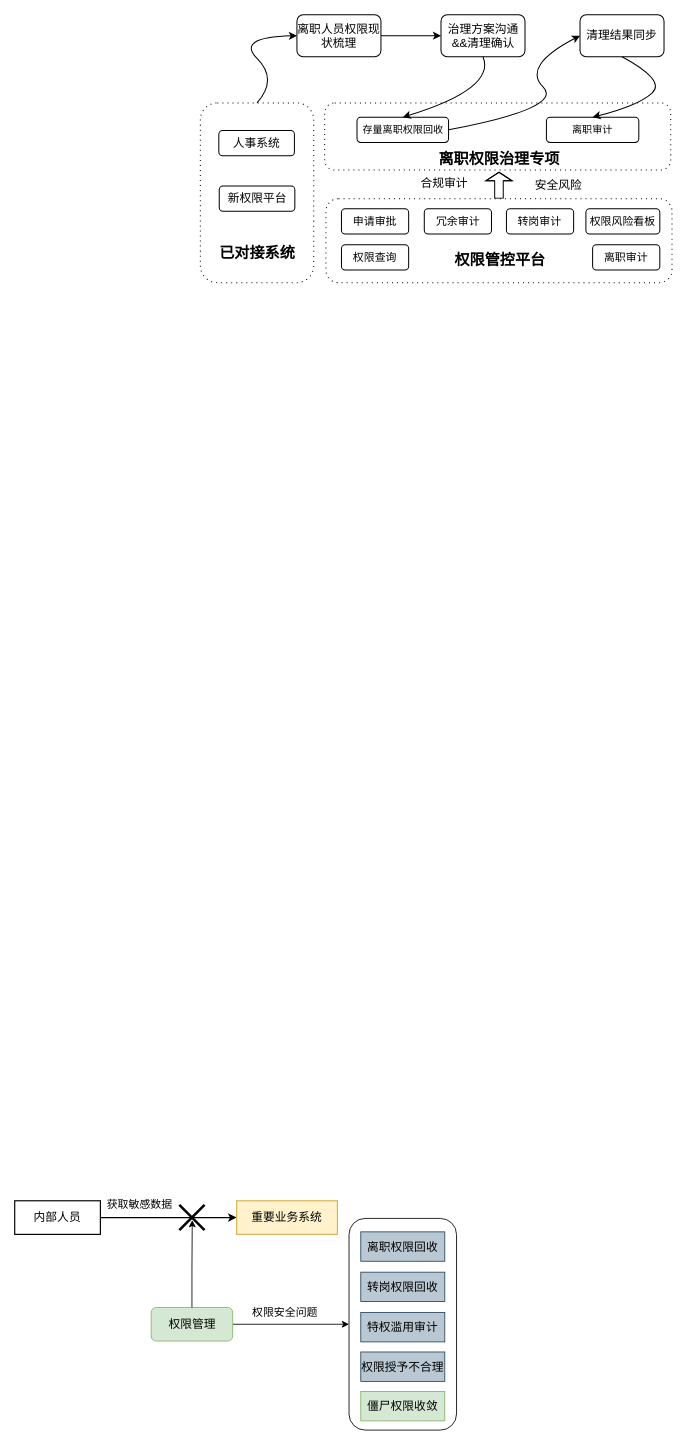
zpxiao-ios/hello-world keeps this draw.io diagram as page "第 14 页" (14 of 14) of 权限审计.drawio. Above is the earlier version. Source tidied: cells renumbered, new cells numbered last; positions are measured from the earlier drawing's top-left corner, leaving out a move shared by most shapes. Both pictures are drawn from the tidied source at 84%, with x=0, y=0 at pixel (14, 14).
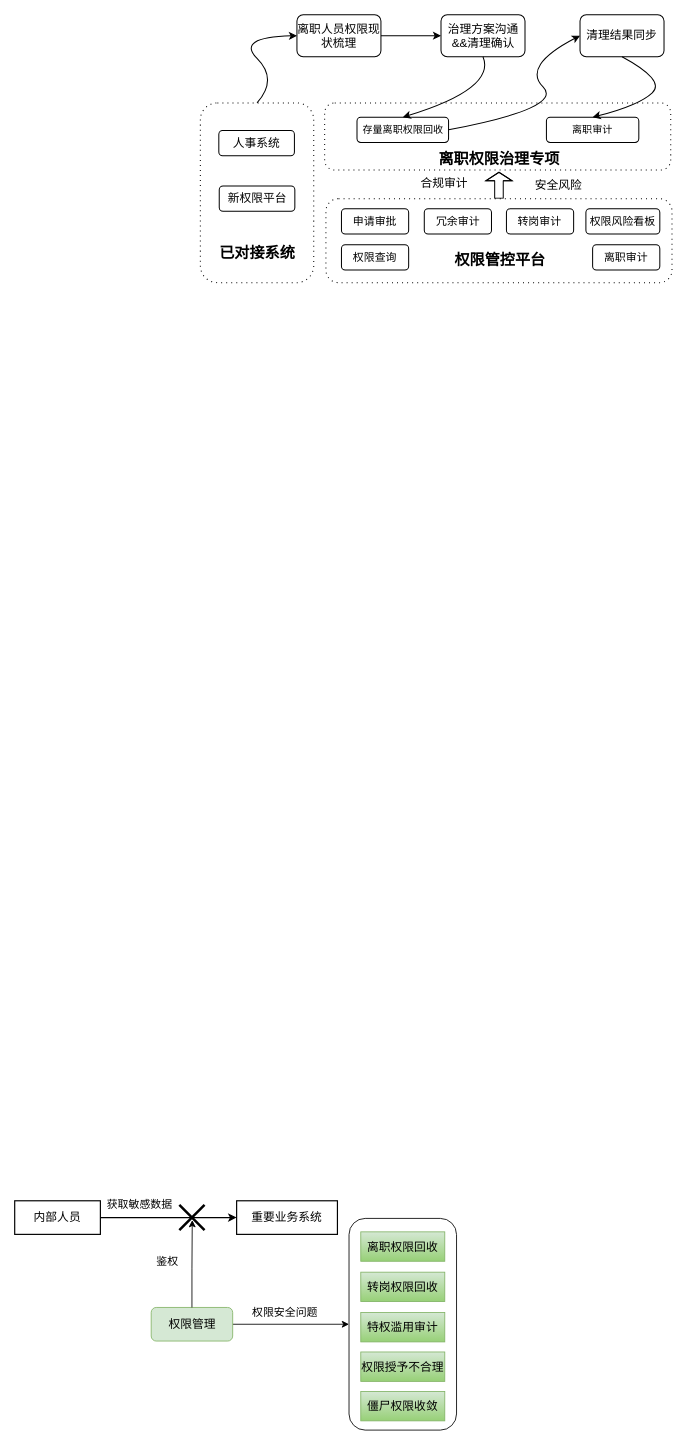
After the change.

Commit message:
更新权限审计.drawio

What changed in the source:
```diff
@@
-    <mxCell id="32" value="重要业务系统" style="rounded=0;whiteSpace=wrap;html=1;strokeWidth=1.4;fontSize=14;fillColor=#fff2cc;strokeColor=#d6b656;" parent="1" vertex="1">
+    <mxCell id="32" value="重要业务系统" style="rounded=0;whiteSpace=wrap;html=1;strokeWidth=1.4;fontSize=14;" parent="1" vertex="1">
       <mxGeometry x="264.2" y="1412" width="120" height="40" as="geometry" />
     </mxCell>
@@
-    <mxCell id="34" value="离职权限回收" style="rounded=0;whiteSpace=wrap;html=1;fontSize=14;fillColor=#bac8d3;strokeColor=#23445d;" parent="1" vertex="1">
+    <mxCell id="34" value="离职权限回收" style="rounded=0;whiteSpace=wrap;html=1;fontSize=14;fillColor=#d5e8d4;strokeColor=#82b366;gradientColor=#97d077;" parent="1" vertex="1">
       <mxGeometry x="412" y="1449" width="100" height="35" as="geometry" />
     </mxCell>
-    <mxCell id="35" value="转岗权限回收" style="rounded=0;whiteSpace=wrap;html=1;fontSize=14;fillColor=#bac8d3;strokeColor=#23445d;" parent="1" vertex="1">
+    <mxCell id="35" value="转岗权限回收" style="rounded=0;whiteSpace=wrap;html=1;fontSize=14;fillColor=#d5e8d4;strokeColor=#82b366;gradientColor=#97d077;" parent="1" vertex="1">
       <mxGeometry x="412" y="1497" width="100" height="35" as="geometry" />
     </mxCell>
-    <mxCell id="36" value="特权滥用审计" style="rounded=0;whiteSpace=wrap;html=1;fontSize=14;fillColor=#bac8d3;strokeColor=#23445d;" parent="1" vertex="1">
+    <mxCell id="36" value="特权滥用审计" style="rounded=0;whiteSpace=wrap;html=1;fontSize=14;fillColor=#d5e8d4;strokeColor=#82b366;gradientColor=#97d077;" parent="1" vertex="1">
       <mxGeometry x="412" y="1545" width="100" height="35" as="geometry" />
     </mxCell>
@@
-    <mxCell id="40" value="权限授予不合理" style="rounded=0;whiteSpace=wrap;html=1;fontSize=14;fillColor=#bac8d3;strokeColor=#23445d;" parent="1" vertex="1">
+    <mxCell id="40" value="权限授予不合理" style="rounded=0;whiteSpace=wrap;html=1;fontSize=14;fillColor=#d5e8d4;strokeColor=#82b366;gradientColor=#97d077;" parent="1" vertex="1">
       <mxGeometry x="412" y="1592" width="100" height="35" as="geometry" />
     </mxCell>
@@
-    <mxCell id="43" value="僵尸权限收敛" style="rounded=0;whiteSpace=wrap;html=1;fontSize=14;fillColor=#d5e8d4;strokeColor=#82b366;" parent="1" vertex="1">
+    <mxCell id="43" value="僵尸权限收敛" style="rounded=0;whiteSpace=wrap;html=1;fontSize=14;fillColor=#d5e8d4;strokeColor=#82b366;gradientColor=#97d077;" parent="1" vertex="1">
       <mxGeometry x="412" y="1639" width="100" height="35" as="geometry" />
     </mxCell>
+    <mxCell id="44" value="&lt;font style=&quot;font-size: 13px;&quot;&gt;鉴权&lt;/font&gt;" style="text;html=1;align=center;verticalAlign=middle;whiteSpace=wrap;rounded=0;" parent="1" vertex="1">
+      <mxGeometry x="152" y="1469" width="60" height="30" as="geometry" />
+    </mxCell>
```
